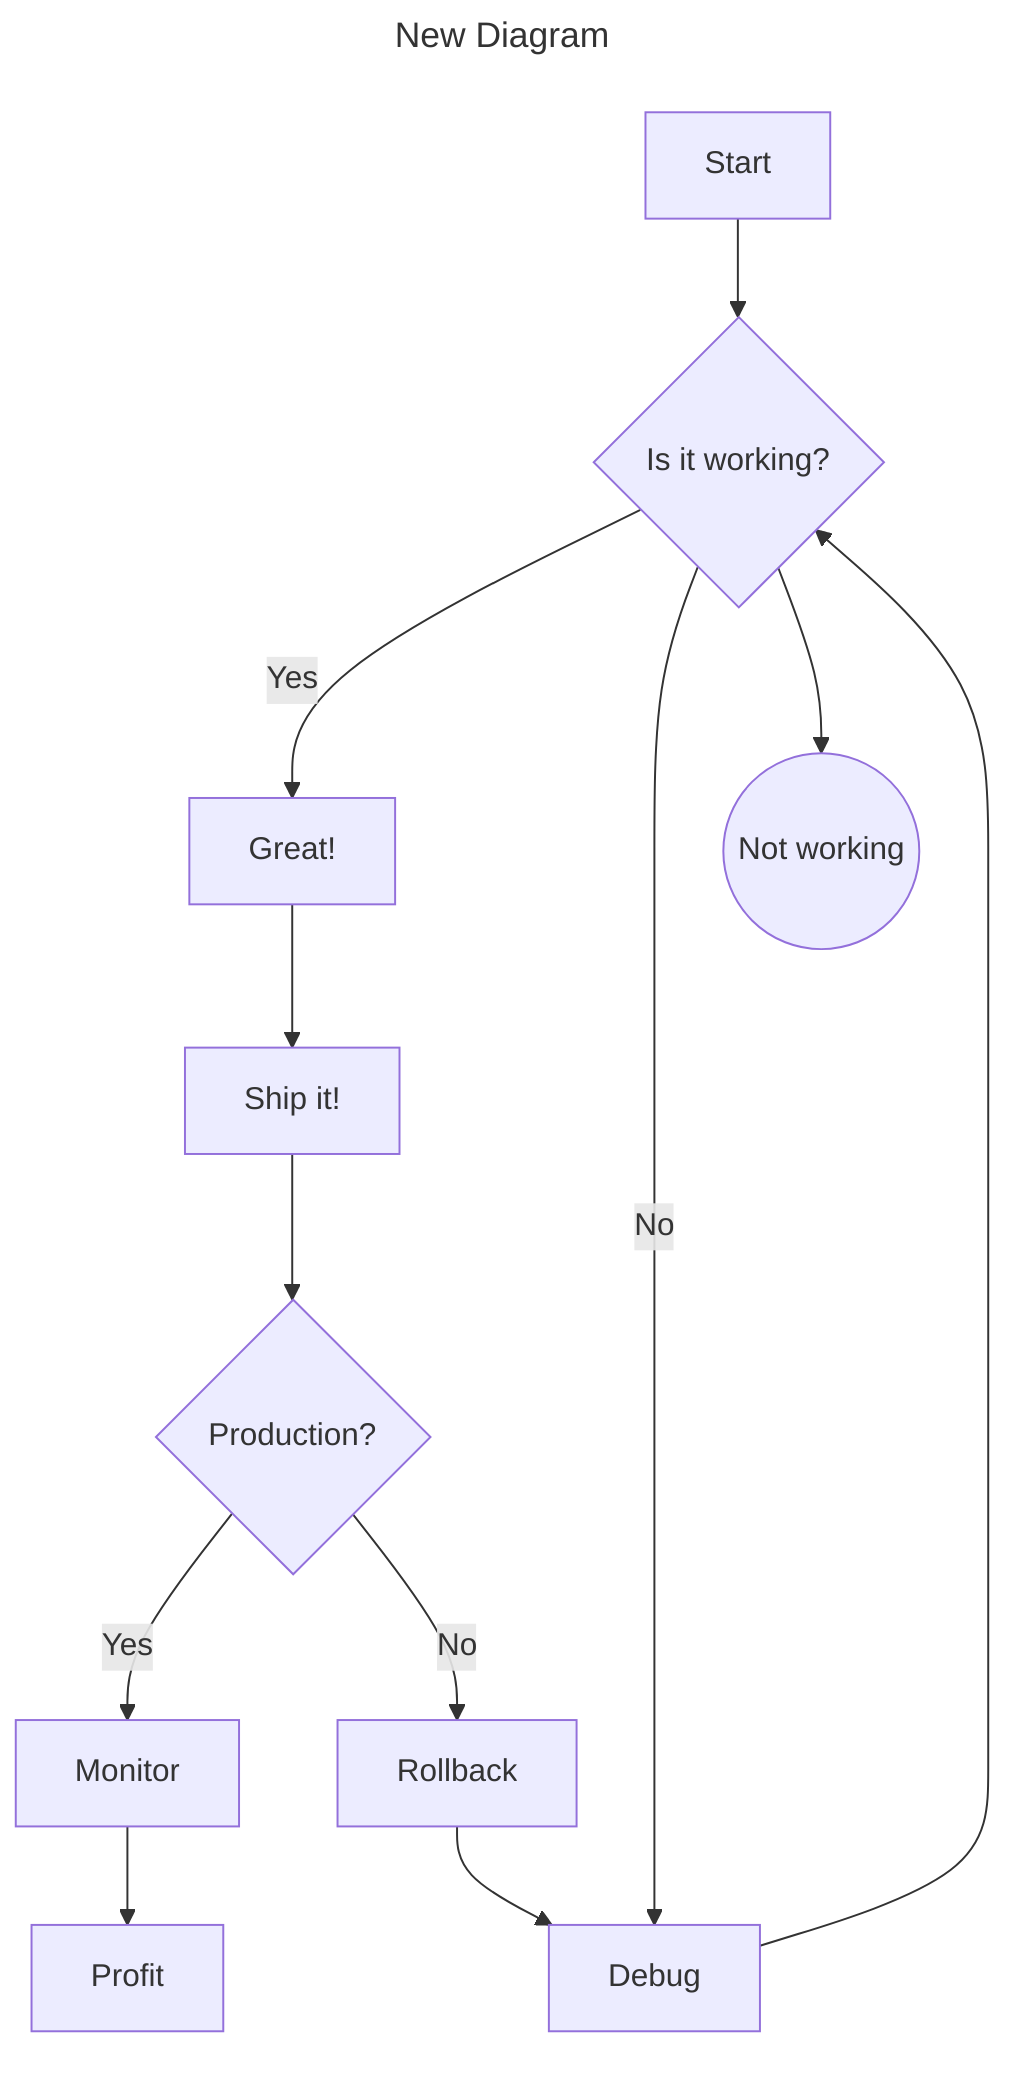
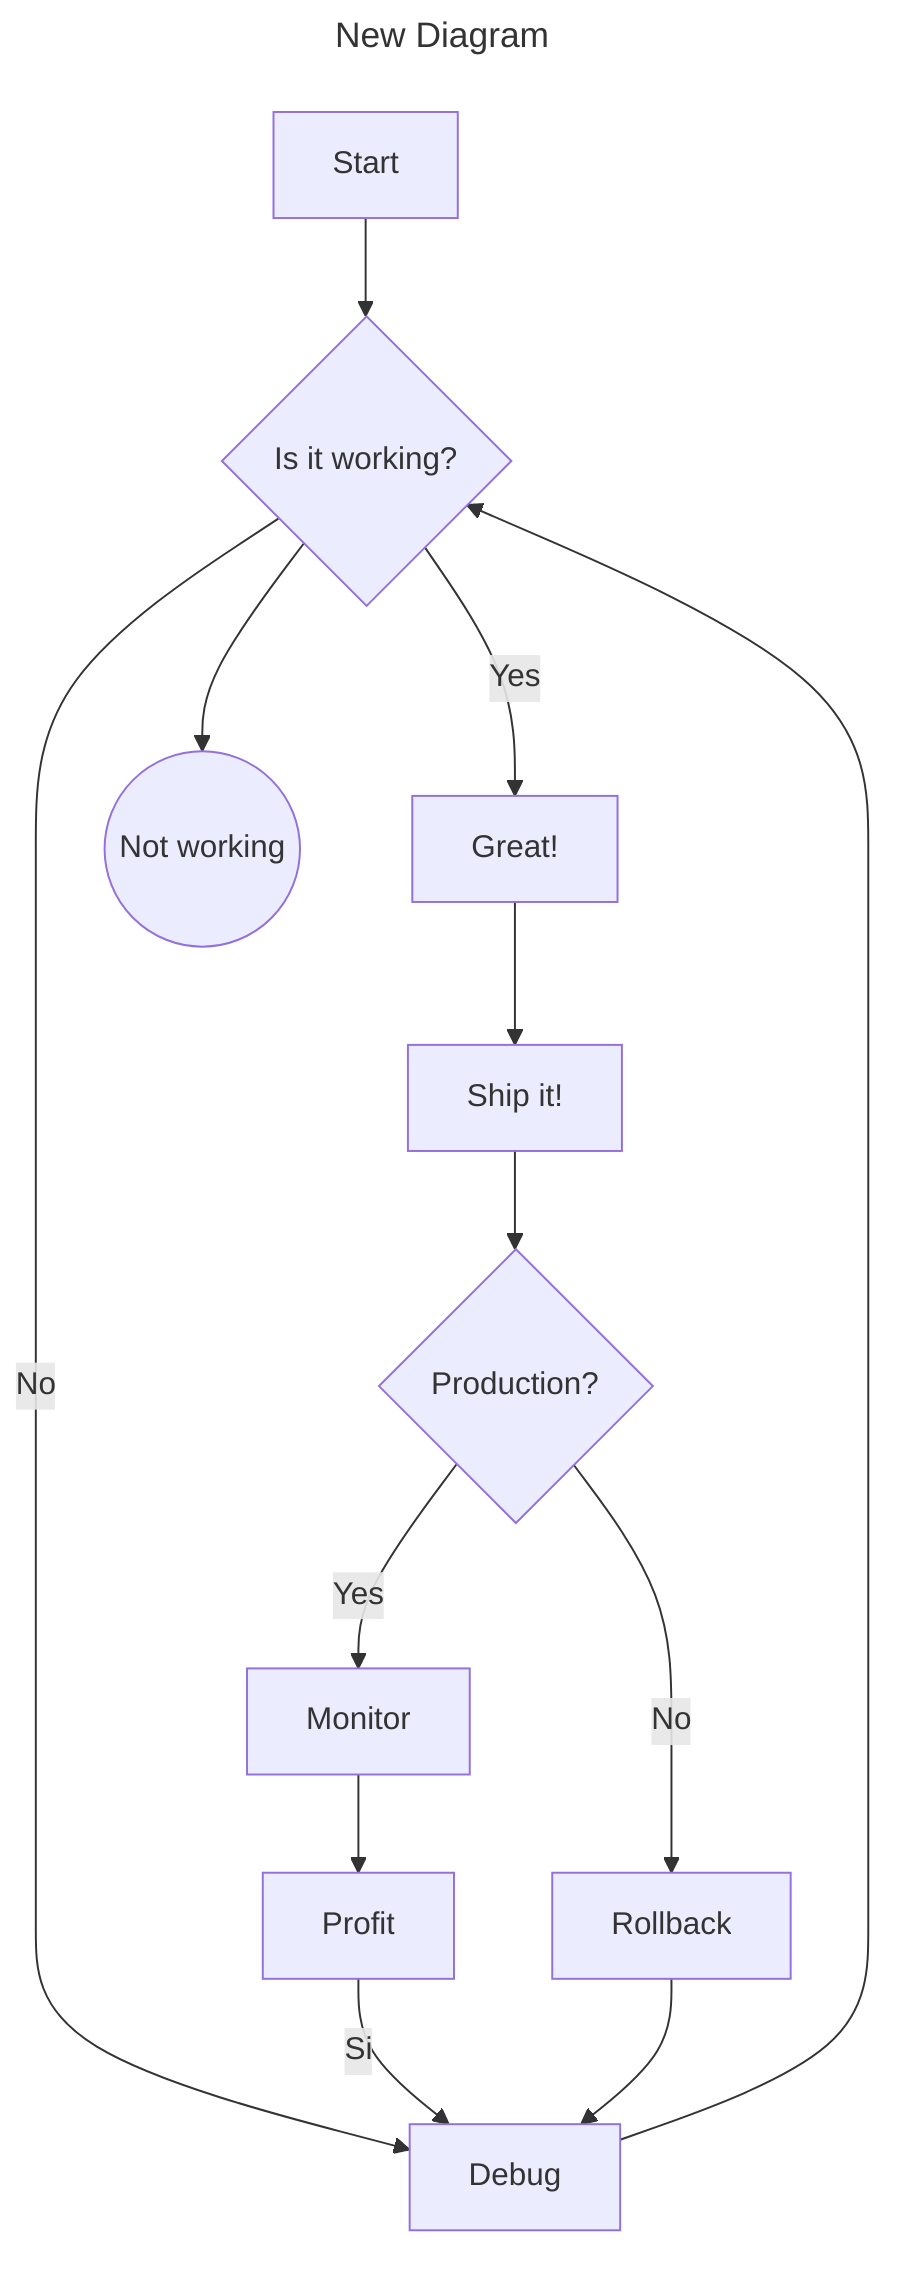
---
title: New Diagram
theme: dark
---

graph TD
    A[Start] --> B{Is it working?}
    B -->|Yes| C[Great!]
    B -->|No| D[Debug]
    D --> B
    B --> E((Not working))
    C --> F[Ship it!]
    F --> G{Production?}
    G -->|Yes| H[Monitor]
    G -->|No| I[Rollback]
    H --> J[Profit]
+     J --> |Si|D
    I --> D

%%# @280,12 System flow from start to production
- %%# @-98,105 Debug loop ensures quality
+ %%# @-152,230 Debug loop ensures quality
